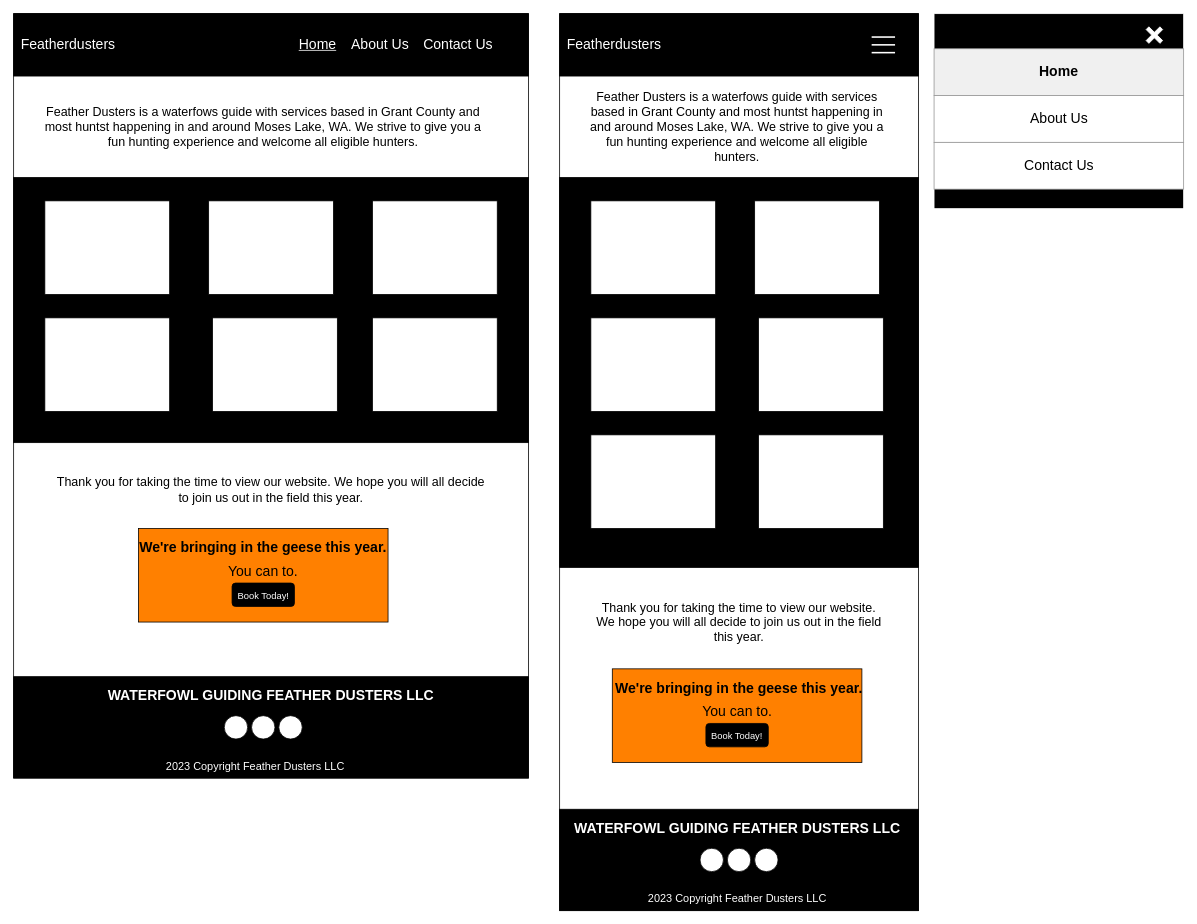
Before: artifacts/Home.drawio in JeremiahStrzelczyk/waterfowl-guiding-feather-dusters, a draw.io diagram. Source tidied: cells renumbered, new cells numbered last; positions are measured from the earlier drawing's top-left corner, leaving out a move shared by most shapes. Both pictures are drawn from the tidied source at 78%, with x=0, y=0 at pixel (13, 13).
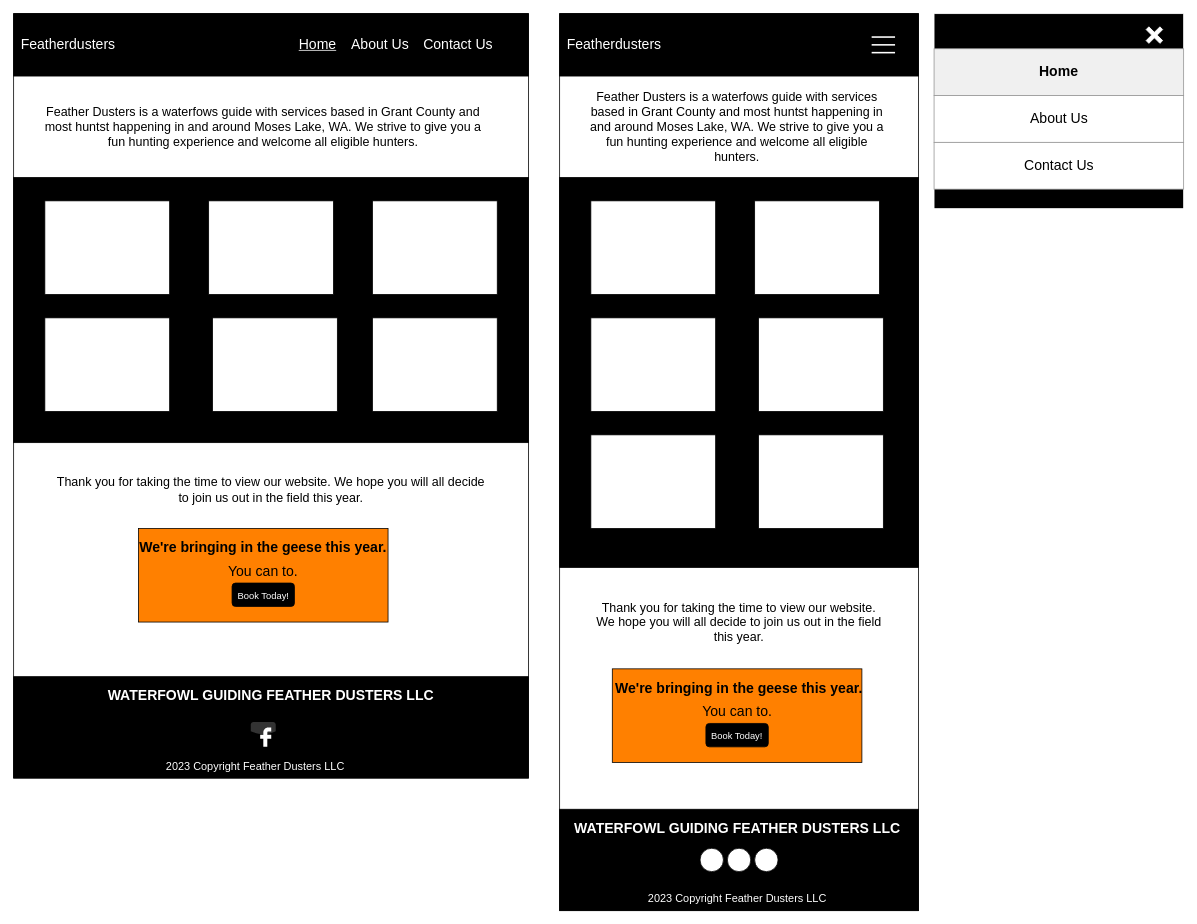
Above is the later version.

The edit, as a diff of the source:
```diff
@@
-    <mxCell id="28" style="ellipse;whiteSpace=wrap;html=1;fontSize=12;fontColor=#FFFFFF;fillColor=#FFFFFF;gradientColor=none;gradientDirection=radial;" parent="1" vertex="1">
-      <mxGeometry x="270" y="900" width="30" height="30" as="geometry" />
-    </mxCell>
-    <mxCell id="29" style="ellipse;whiteSpace=wrap;html=1;fontSize=12;fontColor=#FFFFFF;fillColor=#FFFFFF;gradientColor=none;gradientDirection=radial;" parent="1" vertex="1">
-      <mxGeometry x="305" y="900" width="30" height="30" as="geometry" />
-    </mxCell>
-    <mxCell id="30" style="ellipse;whiteSpace=wrap;html=1;fontSize=12;fontColor=#FFFFFF;fillColor=#FFFFFF;gradientColor=none;gradientDirection=radial;" parent="1" vertex="1">
-      <mxGeometry x="340" y="900" width="30" height="30" as="geometry" />
-    </mxCell>
@@
+    <mxCell id="63" style="dashed=0;html=1;align=center;labelPosition=center;verticalLabelPosition=bottom;verticalAlign=top;shape=mxgraph.webicons.facebook;fillColor=none;gradientColor=none;strokeColor=#FFFFFF;" parent="1" vertex="1">
+      <mxGeometry x="304" y="908" width="32" height="32" as="geometry" />
+    </mxCell>
```
